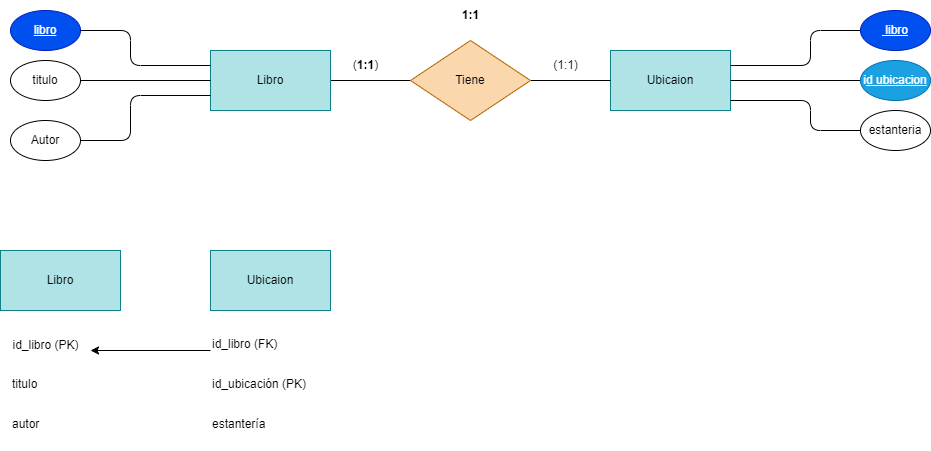
WhiteCascade/BAE keeps this draw.io diagram as Tareas/Unidad2/ejercicio2.0.drawio.png. Above is the earlier version. Source tidied: cells renumbered, new cells last; positions are measured from the earlier drawing's top-left corner, leaving out a move shared by most shapes. Source of this version:
```xml
<mxGraphModel>
  <root>
    <mxCell id="0" />
    <mxCell id="1" parent="0" />
    <mxCell id="2" value="Ubicaion" style="rounded=0;whiteSpace=wrap;html=1;fillColor=#b0e3e6;strokeColor=#0e8088;" parent="1" vertex="1">
      <mxGeometry x="610" y="50" width="120" height="60" as="geometry" />
    </mxCell>
    <mxCell id="3" style="edgeStyle=none;html=1;entryX=0;entryY=0.5;entryDx=0;entryDy=0;endArrow=none;endFill=0;" parent="1" edge="1" source="4" target="6">
      <mxGeometry relative="1" as="geometry" />
    </mxCell>
    <mxCell id="4" value="Libro" style="rounded=0;whiteSpace=wrap;html=1;fillColor=#b0e3e6;strokeColor=#0e8088;" parent="1" vertex="1">
      <mxGeometry x="210" y="50" width="120" height="60" as="geometry" />
    </mxCell>
    <mxCell id="5" style="edgeStyle=none;html=1;endArrow=none;endFill=0;" parent="1" edge="1" source="6" target="2">
      <mxGeometry relative="1" as="geometry" />
    </mxCell>
    <mxCell id="6" value="Tiene" style="rhombus;whiteSpace=wrap;html=1;fillColor=#fad7ac;strokeColor=#b46504;" parent="1" vertex="1">
      <mxGeometry x="410" y="40" width="120" height="80" as="geometry" />
    </mxCell>
    <mxCell id="7" style="edgeStyle=none;html=1;entryX=0;entryY=0.25;entryDx=0;entryDy=0;endArrow=none;endFill=0;" parent="1" edge="1" source="8" target="4">
      <mxGeometry relative="1" as="geometry">
        <Array as="points">
          <mxPoint x="130" y="30" />
          <mxPoint x="130" y="65" />
        </Array>
      </mxGeometry>
    </mxCell>
    <mxCell id="8" value="&lt;u&gt;libro&lt;/u&gt;" style="ellipse;whiteSpace=wrap;html=1;fillColor=#0050ef;strokeColor=#001DBC;fontColor=#ffffff;" parent="1" vertex="1">
      <mxGeometry x="10" y="10" width="70" height="40" as="geometry" />
    </mxCell>
    <mxCell id="9" style="edgeStyle=none;html=1;entryX=0;entryY=0.5;entryDx=0;entryDy=0;endArrow=none;endFill=0;" parent="1" edge="1" source="10" target="4">
      <mxGeometry relative="1" as="geometry" />
    </mxCell>
    <mxCell id="10" value="titulo" style="ellipse;whiteSpace=wrap;html=1;" parent="1" vertex="1">
      <mxGeometry x="10" y="60" width="70" height="40" as="geometry" />
    </mxCell>
    <mxCell id="11" style="edgeStyle=none;html=1;endArrow=none;endFill=0;entryX=0;entryY=0.75;entryDx=0;entryDy=0;" parent="1" edge="1" source="12" target="4">
      <mxGeometry relative="1" as="geometry">
        <Array as="points">
          <mxPoint x="130" y="140" />
          <mxPoint x="130" y="95" />
        </Array>
      </mxGeometry>
    </mxCell>
    <mxCell id="12" value="Autor" style="ellipse;whiteSpace=wrap;html=1;" parent="1" vertex="1">
      <mxGeometry x="10" y="120" width="70" height="40" as="geometry" />
    </mxCell>
    <mxCell id="13" style="edgeStyle=none;html=1;entryX=1;entryY=0.25;entryDx=0;entryDy=0;endArrow=none;endFill=0;" parent="1" edge="1" source="14" target="2">
      <mxGeometry relative="1" as="geometry">
        <Array as="points">
          <mxPoint x="810" y="30" />
          <mxPoint x="810" y="65" />
        </Array>
      </mxGeometry>
    </mxCell>
    <mxCell id="14" value="&lt;u&gt;&amp;nbsp;libro&lt;/u&gt;" style="ellipse;whiteSpace=wrap;html=1;fillColor=#0050ef;strokeColor=#001DBC;fontColor=#ffffff;" parent="1" vertex="1">
      <mxGeometry x="860" y="10" width="70" height="40" as="geometry" />
    </mxCell>
    <mxCell id="15" style="edgeStyle=none;html=1;entryX=1;entryY=0.5;entryDx=0;entryDy=0;endArrow=none;endFill=0;" parent="1" edge="1" source="16" target="2">
      <mxGeometry relative="1" as="geometry" />
    </mxCell>
    <mxCell id="16" value="i&lt;u&gt;d ubicacion&lt;/u&gt;" style="ellipse;whiteSpace=wrap;html=1;fillColor=#1ba1e2;strokeColor=#006EAF;fontColor=#ffffff;" parent="1" vertex="1">
      <mxGeometry x="860" y="60" width="70" height="40" as="geometry" />
    </mxCell>
    <mxCell id="17" style="edgeStyle=none;html=1;endArrow=none;endFill=0;" parent="1" edge="1" source="18">
      <mxGeometry relative="1" as="geometry">
        <mxPoint x="730" y="100" as="targetPoint" />
        <Array as="points">
          <mxPoint x="810" y="130" />
          <mxPoint x="810" y="100" />
        </Array>
      </mxGeometry>
    </mxCell>
    <mxCell id="18" value="estanteria" style="ellipse;whiteSpace=wrap;html=1;" parent="1" vertex="1">
      <mxGeometry x="860" y="110" width="70" height="40" as="geometry" />
    </mxCell>
    <mxCell id="19" value="(1:1)" style="text;html=1;align=center;verticalAlign=middle;strokeColor=none;fillColor=none;" parent="1" vertex="1">
      <mxGeometry x="540" y="50" width="50" height="30" as="geometry" />
    </mxCell>
    <mxCell id="20" value="(&lt;strong&gt;1:1&lt;/strong&gt;)" style="text;html=1;align=center;verticalAlign=middle;strokeColor=none;fillColor=none;" parent="1" vertex="1">
      <mxGeometry x="340" y="50" width="50" height="30" as="geometry" />
    </mxCell>
    <mxCell id="21" value="&lt;strong&gt;1:1&lt;/strong&gt;" style="text;html=1;align=center;verticalAlign=middle;strokeColor=none;fillColor=none;" parent="1" vertex="1">
      <mxGeometry x="450" width="40" height="30" as="geometry" />
    </mxCell>
    <mxCell id="22" value="Libro" style="rounded=0;whiteSpace=wrap;html=1;fillColor=#b0e3e6;strokeColor=#0e8088;" parent="1" vertex="1">
      <mxGeometry y="250" width="120" height="60" as="geometry" />
    </mxCell>
    <mxCell id="23" value="id_libro (PK) " style="text;html=1;align=center;verticalAlign=middle;strokeColor=none;fillColor=none;" parent="1" vertex="1">
      <mxGeometry y="330" width="90" height="30" as="geometry" />
    </mxCell>
    <mxCell id="24" value="titulo" style="text;whiteSpace=wrap;html=1;" parent="1" vertex="1">
      <mxGeometry x="10" y="370" width="60" height="40" as="geometry" />
    </mxCell>
    <mxCell id="25" value="autor" style="text;whiteSpace=wrap;html=1;" parent="1" vertex="1">
      <mxGeometry x="10" y="410" width="60" height="40" as="geometry" />
    </mxCell>
    <mxCell id="26" value="Ubicaion" style="rounded=0;whiteSpace=wrap;html=1;fillColor=#b0e3e6;strokeColor=#0e8088;" parent="1" vertex="1">
      <mxGeometry x="210" y="250" width="120" height="60" as="geometry" />
    </mxCell>
    <mxCell id="27" style="edgeStyle=none;html=1;" parent="1" edge="1" source="28">
      <mxGeometry relative="1" as="geometry">
        <mxPoint x="90" y="350" as="targetPoint" />
      </mxGeometry>
    </mxCell>
    <mxCell id="28" value="id_libro (FK)" style="text;whiteSpace=wrap;html=1;" parent="1" vertex="1">
      <mxGeometry x="210" y="330" width="100" height="40" as="geometry" />
    </mxCell>
    <mxCell id="29" value="id_ubicación (PK)" style="text;whiteSpace=wrap;html=1;" parent="1" vertex="1">
      <mxGeometry x="210" y="370" width="130" height="40" as="geometry" />
    </mxCell>
    <mxCell id="30" value="estantería" style="text;whiteSpace=wrap;html=1;" parent="1" vertex="1">
      <mxGeometry x="210" y="410" width="90" height="40" as="geometry" />
    </mxCell>
  </root>
</mxGraphModel>
```
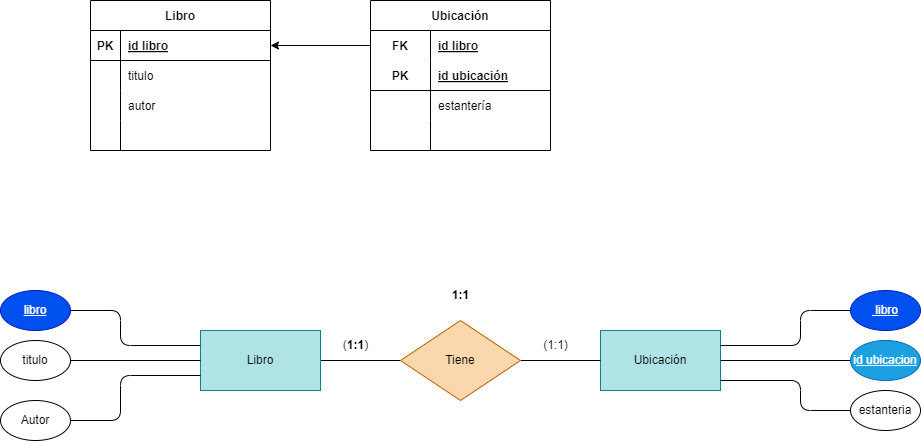
Above is the later version.

Diff of the diagram source:
```diff
@@ -2,75 +2,156 @@
   <root>
     <mxCell id="0" />
     <mxCell id="1" parent="0" />
-    <mxCell id="2" value="Ubicaion" style="rounded=0;whiteSpace=wrap;html=1;fillColor=#b0e3e6;strokeColor=#0e8088;" parent="1" vertex="1">
-      <mxGeometry x="610" y="50" width="120" height="60" as="geometry" />
-    </mxCell>
-    <mxCell id="3" style="edgeStyle=none;html=1;entryX=0;entryY=0.5;entryDx=0;entryDy=0;endArrow=none;endFill=0;" parent="1" edge="1" source="4" target="6">
-      <mxGeometry relative="1" as="geometry" />
-    </mxCell>
-    <mxCell id="4" value="Libro" style="rounded=0;whiteSpace=wrap;html=1;fillColor=#b0e3e6;strokeColor=#0e8088;" parent="1" vertex="1">
-      <mxGeometry x="210" y="50" width="120" height="60" as="geometry" />
-    </mxCell>
-    <mxCell id="5" style="edgeStyle=none;html=1;endArrow=none;endFill=0;" parent="1" edge="1" source="6" target="2">
-      <mxGeometry relative="1" as="geometry" />
-    </mxCell>
+    <mxCell id="31" value="Libro" style="shape=table;startSize=30;rowLines=0;fontStyle=1;align=center;" parent="1" vertex="1">
+      <mxGeometry x="100" y="-280" width="180" height="150" as="geometry" />
+    </mxCell>
+    <mxCell id="32" style="shape=tableRow;horizontal=0;startSize=0;swimlaneHead=0;swimlaneBody=0;fillColor=none;points=[[0,0.5],[1,0.5]];portConstraint=eastwest;top=0;left=0;right=0;bottom=1;" parent="31" vertex="1">
+      <mxGeometry y="30" width="180" height="30" as="geometry" />
+    </mxCell>
+    <mxCell id="33" value="PK" style="shape=partialRectangle;fillColor=none;top=0;left=0;bottom=0;right=0;fontStyle=1;overflow=hidden;" parent="32" vertex="1">
+      <mxGeometry width="30" height="30" as="geometry" />
+    </mxCell>
+    <mxCell id="34" value="id libro" style="shape=partialRectangle;fillColor=none;top=0;left=0;bottom=0;right=0;align=left;spacingLeft=6;fontStyle=5;overflow=hidden;" parent="32" vertex="1">
+      <mxGeometry x="30" width="150" height="30" as="geometry" />
+    </mxCell>
+    <mxCell id="35" style="shape=tableRow;horizontal=0;startSize=0;swimlaneHead=0;swimlaneBody=0;fillColor=none;top=0;left=0;right=0;bottom=0;" parent="31" vertex="1">
+      <mxGeometry y="60" width="180" height="30" as="geometry" />
+    </mxCell>
+    <mxCell id="36" style="shape=partialRectangle;fillColor=none;top=0;left=0;bottom=0;right=0;overflow=hidden;" parent="35" vertex="1">
+      <mxGeometry width="30" height="30" as="geometry" />
+    </mxCell>
+    <mxCell id="24" value="titulo" style="shape=partialRectangle;fillColor=none;top=0;left=0;bottom=0;right=0;align=left;spacingLeft=6;overflow=hidden;" parent="35" vertex="1">
+      <mxGeometry x="30" width="150" height="30" as="geometry" />
+    </mxCell>
+    <mxCell id="37" style="shape=tableRow;horizontal=0;startSize=0;swimlaneHead=0;swimlaneBody=0;fillColor=none;top=0;left=0;right=0;bottom=0;" parent="31" vertex="1">
+      <mxGeometry y="90" width="180" height="30" as="geometry" />
+    </mxCell>
+    <mxCell id="38" style="shape=partialRectangle;fillColor=none;top=0;left=0;bottom=0;right=0;overflow=hidden;" parent="37" vertex="1">
+      <mxGeometry width="30" height="30" as="geometry" />
+    </mxCell>
+    <mxCell id="25" value="autor" style="shape=partialRectangle;fillColor=none;top=0;left=0;bottom=0;right=0;align=left;spacingLeft=6;overflow=hidden;" parent="37" vertex="1">
+      <mxGeometry x="30" width="150" height="30" as="geometry" />
+    </mxCell>
+    <mxCell id="39" style="shape=tableRow;horizontal=0;startSize=0;swimlaneHead=0;swimlaneBody=0;fillColor=none;top=0;left=0;right=0;bottom=0;" parent="31" vertex="1">
+      <mxGeometry y="120" width="180" height="30" as="geometry" />
+    </mxCell>
+    <mxCell id="40" style="shape=partialRectangle;fillColor=none;top=0;left=0;bottom=0;right=0;overflow=hidden;" parent="39" vertex="1">
+      <mxGeometry width="30" height="30" as="geometry" />
+    </mxCell>
+    <mxCell id="41" style="shape=partialRectangle;fillColor=none;top=0;left=0;bottom=0;right=0;align=left;spacingLeft=6;overflow=hidden;" parent="39" vertex="1">
+      <mxGeometry x="30" width="150" height="30" as="geometry" />
+    </mxCell>
+    <mxCell id="42" value="Ubicación" style="shape=table;startSize=30;rowLines=0;fontStyle=1;align=center;" parent="1" vertex="1">
+      <mxGeometry x="380" y="-280" width="180" height="150" as="geometry" />
+    </mxCell>
+    <mxCell id="43" style="shape=tableRow;horizontal=0;startSize=0;swimlaneHead=0;swimlaneBody=0;fillColor=none;points=[[0,0.5],[1,0.5]];portConstraint=eastwest;top=0;left=0;right=0;bottom=0;" parent="42" vertex="1">
+      <mxGeometry y="30" width="180" height="30" as="geometry" />
+    </mxCell>
+    <mxCell id="44" value="FK" style="shape=partialRectangle;fillColor=none;top=0;left=0;bottom=0;right=0;fontStyle=1;overflow=hidden;" parent="43" vertex="1">
+      <mxGeometry width="60" height="30" as="geometry" />
+    </mxCell>
+    <mxCell id="45" value="id libro" style="shape=partialRectangle;fillColor=none;top=0;left=0;bottom=0;right=0;align=left;spacingLeft=6;fontStyle=5;overflow=hidden;" parent="43" vertex="1">
+      <mxGeometry x="60" width="120" height="30" as="geometry" />
+    </mxCell>
+    <mxCell id="46" style="shape=tableRow;horizontal=0;startSize=0;swimlaneHead=0;swimlaneBody=0;fillColor=none;top=0;left=0;right=0;bottom=1;" parent="42" vertex="1">
+      <mxGeometry y="60" width="180" height="30" as="geometry" />
+    </mxCell>
+    <mxCell id="47" value="PK" style="shape=partialRectangle;fillColor=none;top=0;left=0;bottom=0;right=0;fontStyle=1;overflow=hidden;" parent="46" vertex="1">
+      <mxGeometry width="60" height="30" as="geometry" />
+    </mxCell>
+    <mxCell id="48" value="id ubicación" style="shape=partialRectangle;fillColor=none;top=0;left=0;bottom=0;right=0;align=left;spacingLeft=6;fontStyle=5;overflow=hidden;" parent="46" vertex="1">
+      <mxGeometry x="60" width="120" height="30" as="geometry" />
+    </mxCell>
+    <mxCell id="49" style="shape=tableRow;horizontal=0;startSize=0;swimlaneHead=0;swimlaneBody=0;fillColor=none;top=0;left=0;right=0;bottom=0;" parent="42" vertex="1">
+      <mxGeometry y="90" width="180" height="30" as="geometry" />
+    </mxCell>
+    <mxCell id="50" style="shape=partialRectangle;fillColor=none;top=0;left=0;bottom=0;right=0;overflow=hidden;" parent="49" vertex="1">
+      <mxGeometry width="60" height="30" as="geometry" />
+    </mxCell>
+    <mxCell id="30" value="estantería" style="shape=partialRectangle;fillColor=none;top=0;left=0;bottom=0;right=0;align=left;spacingLeft=6;overflow=hidden;" parent="49" vertex="1">
+      <mxGeometry x="60" width="120" height="30" as="geometry" />
+    </mxCell>
+    <mxCell id="51" style="shape=tableRow;horizontal=0;startSize=0;swimlaneHead=0;swimlaneBody=0;fillColor=none;top=0;left=0;right=0;bottom=0;" parent="42" vertex="1">
+      <mxGeometry y="120" width="180" height="30" as="geometry" />
+    </mxCell>
+    <mxCell id="52" style="shape=partialRectangle;fillColor=none;top=0;left=0;bottom=0;right=0;overflow=hidden;" parent="51" vertex="1">
+      <mxGeometry width="60" height="30" as="geometry" />
+    </mxCell>
+    <mxCell id="53" style="shape=partialRectangle;fillColor=none;top=0;left=0;bottom=0;right=0;align=left;spacingLeft=6;overflow=hidden;" parent="51" vertex="1">
+      <mxGeometry x="60" width="120" height="30" as="geometry" />
+    </mxCell>
+    <mxCell id="54" style="edgeStyle=none;html=1;" parent="1" edge="1" source="43" target="32">
+      <mxGeometry relative="1" as="geometry" />
+    </mxCell>
+    <mxCell id="55" value="Ubicación" style="rounded=0;whiteSpace=wrap;html=1;fillColor=#b0e3e6;strokeColor=#0e8088;" parent="1" vertex="1">
+      <mxGeometry x="610" y="50" width="120" height="60" as="geometry" />
+    </mxCell>
+    <mxCell id="56" style="edgeStyle=none;html=1;entryX=0;entryY=0.5;entryDx=0;entryDy=0;endArrow=none;endFill=0;" parent="1" edge="1" source="57" target="6">
+      <mxGeometry relative="1" as="geometry" />
+    </mxCell>
+    <mxCell id="57" value="Libro" style="rounded=0;whiteSpace=wrap;html=1;fillColor=#b0e3e6;strokeColor=#0e8088;" parent="1" vertex="1">
+      <mxGeometry x="210" y="50" width="120" height="60" as="geometry" />
+    </mxCell>
+    <mxCell id="58" style="edgeStyle=none;html=1;endArrow=none;endFill=0;" parent="1" edge="1" source="6" target="55">
+      <mxGeometry relative="1" as="geometry" />
+    </mxCell>
     <mxCell id="6" value="Tiene" style="rhombus;whiteSpace=wrap;html=1;fillColor=#fad7ac;strokeColor=#b46504;" parent="1" vertex="1">
       <mxGeometry x="410" y="40" width="120" height="80" as="geometry" />
     </mxCell>
-    <mxCell id="7" style="edgeStyle=none;html=1;entryX=0;entryY=0.25;entryDx=0;entryDy=0;endArrow=none;endFill=0;" parent="1" edge="1" source="8" target="4">
-      <mxGeometry relative="1" as="geometry">
-        <Array as="points">
-          <mxPoint x="130" y="30" />
-          <mxPoint x="130" y="65" />
-        </Array>
-      </mxGeometry>
-    </mxCell>
+    <mxCell id="59" style="edgeStyle=none;html=1;entryX=0;entryY=0.25;entryDx=0;entryDy=0;endArrow=none;endFill=0;" parent="1" edge="1" source="8" target="57">
+      <mxGeometry relative="1" as="geometry">
+        <Array as="points">
+          <mxPoint x="130" y="30" />
+          <mxPoint x="130" y="65" />
+        </Array>
+      </mxGeometry>
+    </mxCell>
     <mxCell id="8" value="&lt;u&gt;libro&lt;/u&gt;" style="ellipse;whiteSpace=wrap;html=1;fillColor=#0050ef;strokeColor=#001DBC;fontColor=#ffffff;" parent="1" vertex="1">
       <mxGeometry x="10" y="10" width="70" height="40" as="geometry" />
     </mxCell>
-    <mxCell id="9" style="edgeStyle=none;html=1;entryX=0;entryY=0.5;entryDx=0;entryDy=0;endArrow=none;endFill=0;" parent="1" edge="1" source="10" target="4">
-      <mxGeometry relative="1" as="geometry" />
-    </mxCell>
+    <mxCell id="60" style="edgeStyle=none;html=1;entryX=0;entryY=0.5;entryDx=0;entryDy=0;endArrow=none;endFill=0;" parent="1" edge="1" source="10" target="57">
+      <mxGeometry relative="1" as="geometry" />
+    </mxCell>
     <mxCell id="10" value="titulo" style="ellipse;whiteSpace=wrap;html=1;" parent="1" vertex="1">
       <mxGeometry x="10" y="60" width="70" height="40" as="geometry" />
     </mxCell>
-    <mxCell id="11" style="edgeStyle=none;html=1;endArrow=none;endFill=0;entryX=0;entryY=0.75;entryDx=0;entryDy=0;" parent="1" edge="1" source="12" target="4">
-      <mxGeometry relative="1" as="geometry">
-        <Array as="points">
-          <mxPoint x="130" y="140" />
-          <mxPoint x="130" y="95" />
-        </Array>
-      </mxGeometry>
-    </mxCell>
+    <mxCell id="61" style="edgeStyle=none;html=1;endArrow=none;endFill=0;entryX=0;entryY=0.75;entryDx=0;entryDy=0;" parent="1" edge="1" source="12" target="57">
+      <mxGeometry relative="1" as="geometry">
+        <Array as="points">
+          <mxPoint x="130" y="140" />
+          <mxPoint x="130" y="95" />
+        </Array>
+      </mxGeometry>
+    </mxCell>
     <mxCell id="12" value="Autor" style="ellipse;whiteSpace=wrap;html=1;" parent="1" vertex="1">
       <mxGeometry x="10" y="120" width="70" height="40" as="geometry" />
     </mxCell>
-    <mxCell id="13" style="edgeStyle=none;html=1;entryX=1;entryY=0.25;entryDx=0;entryDy=0;endArrow=none;endFill=0;" parent="1" edge="1" source="14" target="2">
-      <mxGeometry relative="1" as="geometry">
-        <Array as="points">
-          <mxPoint x="810" y="30" />
-          <mxPoint x="810" y="65" />
-        </Array>
-      </mxGeometry>
-    </mxCell>
+    <mxCell id="62" style="edgeStyle=none;html=1;entryX=1;entryY=0.25;entryDx=0;entryDy=0;endArrow=none;endFill=0;" parent="1" edge="1" source="14" target="55">
+      <mxGeometry relative="1" as="geometry">
+        <Array as="points">
+          <mxPoint x="810" y="30" />
+          <mxPoint x="810" y="65" />
+        </Array>
+      </mxGeometry>
+    </mxCell>
     <mxCell id="14" value="&lt;u&gt;&amp;nbsp;libro&lt;/u&gt;" style="ellipse;whiteSpace=wrap;html=1;fillColor=#0050ef;strokeColor=#001DBC;fontColor=#ffffff;" parent="1" vertex="1">
       <mxGeometry x="860" y="10" width="70" height="40" as="geometry" />
     </mxCell>
-    <mxCell id="15" style="edgeStyle=none;html=1;entryX=1;entryY=0.5;entryDx=0;entryDy=0;endArrow=none;endFill=0;" parent="1" edge="1" source="16" target="2">
-      <mxGeometry relative="1" as="geometry" />
-    </mxCell>
+    <mxCell id="63" style="edgeStyle=none;html=1;entryX=1;entryY=0.5;entryDx=0;entryDy=0;endArrow=none;endFill=0;" parent="1" edge="1" source="16" target="55">
+      <mxGeometry relative="1" as="geometry" />
+    </mxCell>
     <mxCell id="16" value="i&lt;u&gt;d ubicacion&lt;/u&gt;" style="ellipse;whiteSpace=wrap;html=1;fillColor=#1ba1e2;strokeColor=#006EAF;fontColor=#ffffff;" parent="1" vertex="1">
       <mxGeometry x="860" y="60" width="70" height="40" as="geometry" />
     </mxCell>
-    <mxCell id="17" style="edgeStyle=none;html=1;endArrow=none;endFill=0;" parent="1" edge="1" source="18">
-      <mxGeometry relative="1" as="geometry">
-        <mxPoint x="730" y="100" as="targetPoint" />
-        <Array as="points">
-          <mxPoint x="810" y="130" />
-          <mxPoint x="810" y="100" />
-        </Array>
-      </mxGeometry>
-    </mxCell>
+    <mxCell id="64" style="edgeStyle=none;html=1;endArrow=none;endFill=0;" parent="1" edge="1" source="18">
+      <mxGeometry relative="1" as="geometry">
+        <mxPoint x="730" y="100" as="targetPoint" />
+        <Array as="points">
+          <mxPoint x="810" y="130" />
+          <mxPoint x="810" y="100" />
+        </Array>
+      </mxGeometry>
+    </mxCell>
     <mxCell id="18" value="estanteria" style="ellipse;whiteSpace=wrap;html=1;" parent="1" vertex="1">
       <mxGeometry x="860" y="110" width="70" height="40" as="geometry" />
     </mxCell>
@@ -83,34 +164,5 @@
     <mxCell id="21" value="&lt;strong&gt;1:1&lt;/strong&gt;" style="text;html=1;align=center;verticalAlign=middle;strokeColor=none;fillColor=none;" parent="1" vertex="1">
       <mxGeometry x="450" width="40" height="30" as="geometry" />
     </mxCell>
-    <mxCell id="22" value="Libro" style="rounded=0;whiteSpace=wrap;html=1;fillColor=#b0e3e6;strokeColor=#0e8088;" parent="1" vertex="1">
-      <mxGeometry y="250" width="120" height="60" as="geometry" />
-    </mxCell>
-    <mxCell id="23" value="id_libro (PK) " style="text;html=1;align=center;verticalAlign=middle;strokeColor=none;fillColor=none;" parent="1" vertex="1">
-      <mxGeometry y="330" width="90" height="30" as="geometry" />
-    </mxCell>
-    <mxCell id="24" value="titulo" style="text;whiteSpace=wrap;html=1;" parent="1" vertex="1">
-      <mxGeometry x="10" y="370" width="60" height="40" as="geometry" />
-    </mxCell>
-    <mxCell id="25" value="autor" style="text;whiteSpace=wrap;html=1;" parent="1" vertex="1">
-      <mxGeometry x="10" y="410" width="60" height="40" as="geometry" />
-    </mxCell>
-    <mxCell id="26" value="Ubicaion" style="rounded=0;whiteSpace=wrap;html=1;fillColor=#b0e3e6;strokeColor=#0e8088;" parent="1" vertex="1">
-      <mxGeometry x="210" y="250" width="120" height="60" as="geometry" />
-    </mxCell>
-    <mxCell id="27" style="edgeStyle=none;html=1;" parent="1" edge="1" source="28">
-      <mxGeometry relative="1" as="geometry">
-        <mxPoint x="90" y="350" as="targetPoint" />
-      </mxGeometry>
-    </mxCell>
-    <mxCell id="28" value="id_libro (FK)" style="text;whiteSpace=wrap;html=1;" parent="1" vertex="1">
-      <mxGeometry x="210" y="330" width="100" height="40" as="geometry" />
-    </mxCell>
-    <mxCell id="29" value="id_ubicación (PK)" style="text;whiteSpace=wrap;html=1;" parent="1" vertex="1">
-      <mxGeometry x="210" y="370" width="130" height="40" as="geometry" />
-    </mxCell>
-    <mxCell id="30" value="estantería" style="text;whiteSpace=wrap;html=1;" parent="1" vertex="1">
-      <mxGeometry x="210" y="410" width="90" height="40" as="geometry" />
-    </mxCell>
   </root>
 </mxGraphModel>
```
